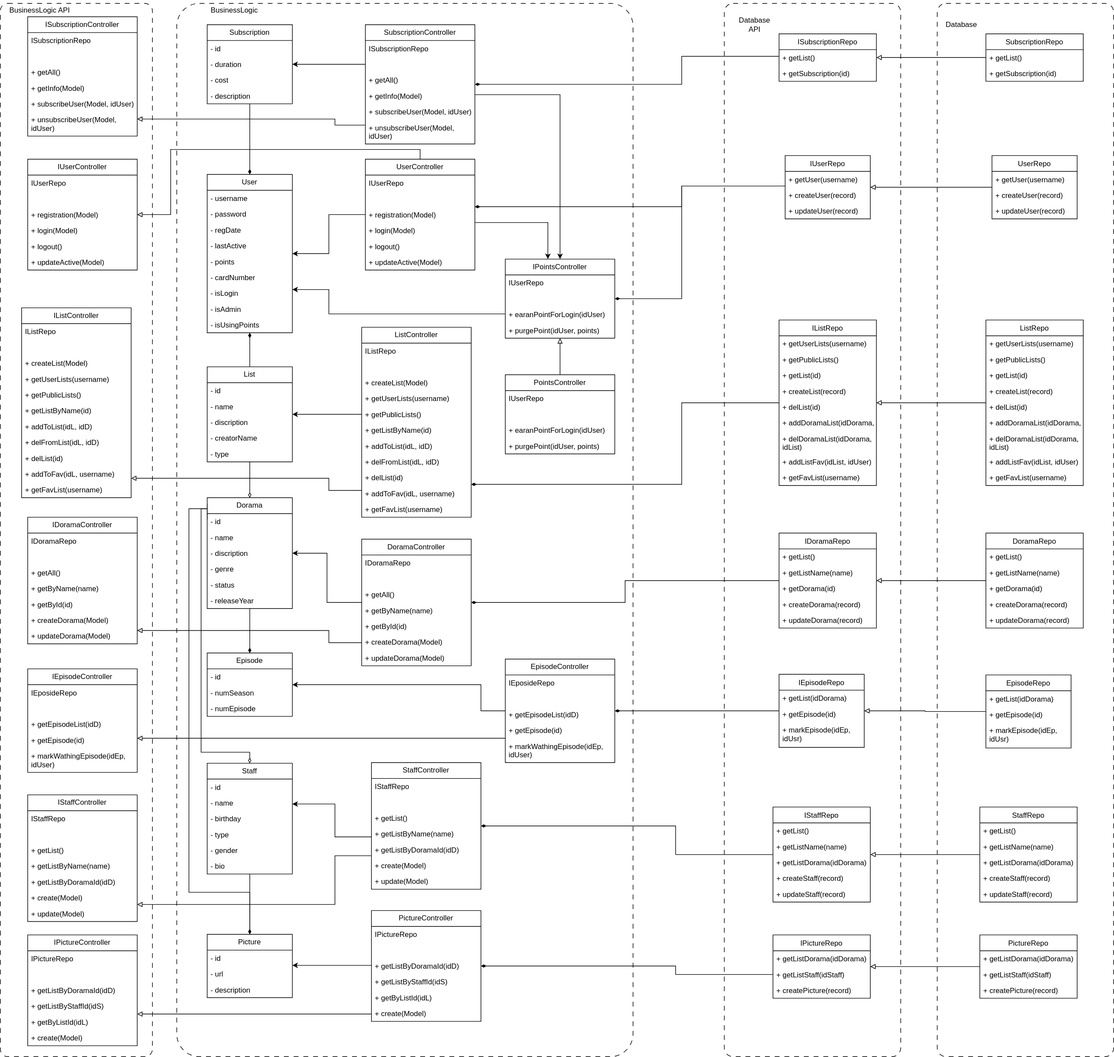
The draw.io diagram docs/img/uml.svg in AskaryanKarine/DoramaSet, before a commit. Source tidied: cells renumbered, new cells last; positions are measured from the earlier drawing's top-left corner, leaving out a move shared by most shapes.
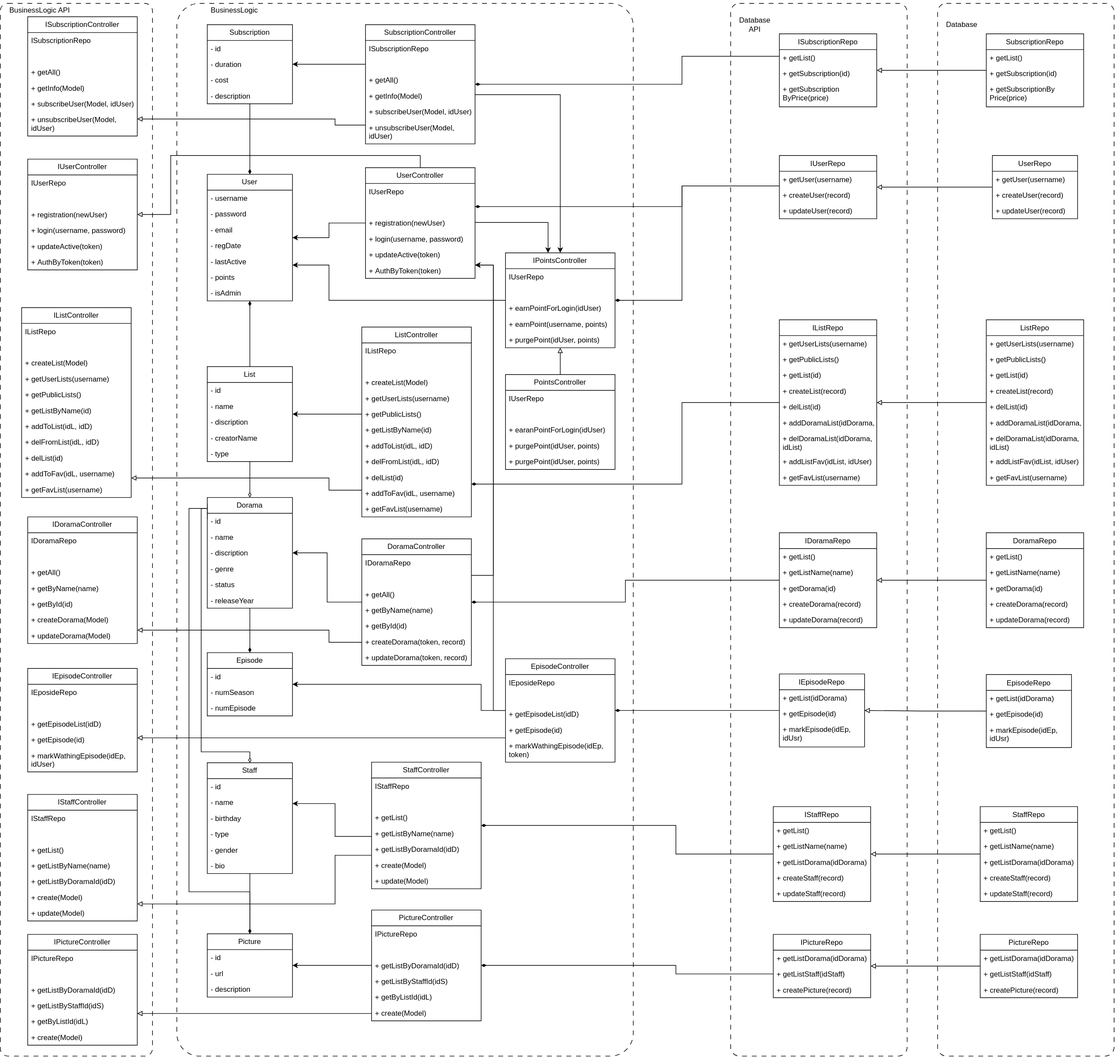
Later version of the same file.

The edit, as a diff of the source:
```diff
@@ -11,3 +11,3 @@
     <mxCell id="4" style="rounded=1;whiteSpace=wrap;html=1;fillColor=none;arcSize=5;dashed=1;dashPattern=8 8;" parent="1" vertex="1">
-      <mxGeometry x="1190" y="5" width="290" height="1730" as="geometry" />
+      <mxGeometry x="1200" y="5" width="290" height="1730" as="geometry" />
     </mxCell>
@@ -56,3 +56,3 @@
     <mxCell id="19" value="User" style="swimlane;fontStyle=0;horizontal=1;startSize=26;fillColor=none;whiteSpace=wrap;html=1;" parent="1" vertex="1">
-      <mxGeometry x="340" y="286" width="140" height="260" as="geometry" />
+      <mxGeometry x="340" y="286" width="140" height="208" as="geometry" />
     </mxCell>
@@ -64,23 +64,17 @@
     </mxCell>
+    <mxCell id="287" value="- email" style="text;strokeColor=none;fillColor=none;align=left;verticalAlign=top;spacingLeft=4;spacingRight=4;overflow=hidden;whiteSpace=wrap;html=1;" parent="19" vertex="1">
+      <mxGeometry y="78" width="140" height="26" as="geometry" />
+    </mxCell>
     <mxCell id="22" value="- regDate" style="text;strokeColor=none;fillColor=none;align=left;verticalAlign=top;spacingLeft=4;spacingRight=4;overflow=hidden;whiteSpace=wrap;html=1;" parent="19" vertex="1">
-      <mxGeometry y="78" width="140" height="26" as="geometry" />
+      <mxGeometry y="104" width="140" height="26" as="geometry" />
     </mxCell>
     <mxCell id="23" value="- lastActive" style="text;strokeColor=none;fillColor=none;align=left;verticalAlign=top;spacingLeft=4;spacingRight=4;overflow=hidden;whiteSpace=wrap;html=1;" parent="19" vertex="1">
-      <mxGeometry y="104" width="140" height="26" as="geometry" />
+      <mxGeometry y="130" width="140" height="26" as="geometry" />
     </mxCell>
     <mxCell id="24" value="- points" style="text;strokeColor=none;fillColor=none;align=left;verticalAlign=top;spacingLeft=4;spacingRight=4;overflow=hidden;whiteSpace=wrap;html=1;" parent="19" vertex="1">
-      <mxGeometry y="130" width="140" height="26" as="geometry" />
+      <mxGeometry y="156" width="140" height="26" as="geometry" />
     </mxCell>
-    <mxCell id="25" value="- cardNumber" style="text;strokeColor=none;fillColor=none;align=left;verticalAlign=top;spacingLeft=4;spacingRight=4;overflow=hidden;whiteSpace=wrap;html=1;" parent="19" vertex="1">
-      <mxGeometry y="156" width="140" height="26" as="geometry" />
-    </mxCell>
-    <mxCell id="26" value="- isLogin" style="text;strokeColor=none;fillColor=none;align=left;verticalAlign=top;spacingLeft=4;spacingRight=4;overflow=hidden;whiteSpace=wrap;html=1;" parent="19" vertex="1">
-      <mxGeometry y="182" width="140" height="26" as="geometry" />
-    </mxCell>
     <mxCell id="27" value="- isAdmin" style="text;strokeColor=none;fillColor=none;align=left;verticalAlign=top;spacingLeft=4;spacingRight=4;overflow=hidden;whiteSpace=wrap;html=1;" parent="19" vertex="1">
-      <mxGeometry y="208" width="140" height="26" as="geometry" />
+      <mxGeometry y="182" width="140" height="26" as="geometry" />
     </mxCell>
-    <mxCell id="28" value="- isUsingPoints" style="text;strokeColor=none;fillColor=none;align=left;verticalAlign=top;spacingLeft=4;spacingRight=4;overflow=hidden;whiteSpace=wrap;html=1;" parent="19" vertex="1">
-      <mxGeometry y="234" width="140" height="26" as="geometry" />
-    </mxCell>
     <mxCell id="29" style="edgeStyle=orthogonalEdgeStyle;rounded=0;jettySize=auto;html=1;endArrow=none;endFill=0;startArrow=diamondThin;startFill=0;" parent="1" edge="1" source="30" target="7">
@@ -239,4 +233,4 @@
         <Array as="points">
-          <mxPoint x="690" y="245" />
-          <mxPoint x="280" y="245" />
+          <mxPoint x="690" y="255" />
+          <mxPoint x="280" y="255" />
           <mxPoint x="280" y="352" />
@@ -246,3 +240,3 @@
     <mxCell id="69" value="UserController" style="swimlane;fontStyle=0;horizontal=1;startSize=26;fillColor=none;whiteSpace=wrap;html=1;" parent="1" vertex="1">
-      <mxGeometry x="600" y="261" width="180" height="182" as="geometry" />
+      <mxGeometry x="600" y="275" width="180" height="182" as="geometry" />
     </mxCell>
@@ -254,14 +248,14 @@
     </mxCell>
-    <mxCell id="72" value="+&amp;nbsp;registration(Model)" style="text;strokeColor=none;fillColor=none;align=left;verticalAlign=top;spacingLeft=4;spacingRight=4;overflow=hidden;whiteSpace=wrap;html=1;" parent="69" vertex="1">
+    <mxCell id="72" value="+&amp;nbsp;registration(newUser)" style="text;strokeColor=none;fillColor=none;align=left;verticalAlign=top;spacingLeft=4;spacingRight=4;overflow=hidden;whiteSpace=wrap;html=1;" parent="69" vertex="1">
       <mxGeometry y="78" width="180" height="26" as="geometry" />
     </mxCell>
-    <mxCell id="73" value="+ login(Model)" style="text;strokeColor=none;fillColor=none;align=left;verticalAlign=top;spacingLeft=4;spacingRight=4;overflow=hidden;whiteSpace=wrap;html=1;" parent="69" vertex="1">
+    <mxCell id="73" value="+ login(username, password)" style="text;strokeColor=none;fillColor=none;align=left;verticalAlign=top;spacingLeft=4;spacingRight=4;overflow=hidden;whiteSpace=wrap;html=1;" parent="69" vertex="1">
       <mxGeometry y="104" width="180" height="26" as="geometry" />
     </mxCell>
-    <mxCell id="74" value="+ logout()" style="text;strokeColor=none;fillColor=none;align=left;verticalAlign=top;spacingLeft=4;spacingRight=4;overflow=hidden;whiteSpace=wrap;html=1;" parent="69" vertex="1">
-      <mxGeometry y="130" width="180" height="26" as="geometry" />
-    </mxCell>
-    <mxCell id="75" value="+ updateActive(Model)" style="text;strokeColor=none;fillColor=none;align=left;verticalAlign=top;spacingLeft=4;spacingRight=4;overflow=hidden;whiteSpace=wrap;html=1;" parent="69" vertex="1">
-      <mxGeometry y="156" width="180" height="26" as="geometry" />
+    <mxCell id="75" value="+ updateActive(token)" style="text;strokeColor=none;fillColor=none;align=left;verticalAlign=top;spacingLeft=4;spacingRight=4;overflow=hidden;whiteSpace=wrap;html=1;" parent="69" vertex="1">
+      <mxGeometry y="130" width="180" height="26" as="geometry" />
     </mxCell>
+    <mxCell id="288" value="+&amp;nbsp;AuthByToken(token)" style="text;strokeColor=none;fillColor=none;align=left;verticalAlign=top;spacingLeft=4;spacingRight=4;overflow=hidden;whiteSpace=wrap;html=1;" parent="69" vertex="1">
+      <mxGeometry y="156" width="180" height="26" as="geometry" />
+    </mxCell>
     <mxCell id="76" style="edgeStyle=orthogonalEdgeStyle;rounded=0;jettySize=auto;html=1;endArrow=none;endFill=0;startArrow=diamondThin;startFill=1;" parent="1" edge="1" source="78" target="121">
@@ -332,2 +326,10 @@
     </mxCell>
+    <mxCell id="289" style="edgeStyle=orthogonalEdgeStyle;rounded=0;jettySize=auto;html=1;" parent="1" edge="1" source="93" target="69">
+      <mxGeometry relative="1" as="geometry">
+        <Array as="points">
+          <mxPoint x="810" y="945" />
+          <mxPoint x="810" y="435" />
+        </Array>
+      </mxGeometry>
+    </mxCell>
     <mxCell id="93" value="DoramaController" style="swimlane;fontStyle=0;horizontal=1;startSize=26;fillColor=none;whiteSpace=wrap;html=1;" parent="1" vertex="1">
@@ -350,6 +352,6 @@
     </mxCell>
-    <mxCell id="99" value="+ createDorama(Model)" style="text;strokeColor=none;fillColor=none;align=left;verticalAlign=top;spacingLeft=4;spacingRight=4;overflow=hidden;whiteSpace=wrap;html=1;" parent="93" vertex="1">
+    <mxCell id="99" value="+ createDorama(token, record)" style="text;strokeColor=none;fillColor=none;align=left;verticalAlign=top;spacingLeft=4;spacingRight=4;overflow=hidden;whiteSpace=wrap;html=1;" parent="93" vertex="1">
       <mxGeometry y="156" width="180" height="26" as="geometry" />
     </mxCell>
-    <mxCell id="100" value="+ updateDorama(Model)" style="text;strokeColor=none;fillColor=none;align=left;verticalAlign=top;spacingLeft=4;spacingRight=4;overflow=hidden;whiteSpace=wrap;html=1;" parent="93" vertex="1">
+    <mxCell id="100" value="+ updateDorama(token, record)" style="text;strokeColor=none;fillColor=none;align=left;verticalAlign=top;spacingLeft=4;spacingRight=4;overflow=hidden;whiteSpace=wrap;html=1;" parent="93" vertex="1">
       <mxGeometry y="182" width="180" height="26" as="geometry" />
@@ -377,2 +379,10 @@
     </mxCell>
+    <mxCell id="290" style="edgeStyle=orthogonalEdgeStyle;rounded=0;jettySize=auto;html=1;" parent="1" edge="1" source="104" target="69">
+      <mxGeometry relative="1" as="geometry">
+        <Array as="points">
+          <mxPoint x="810" y="1167" />
+          <mxPoint x="810" y="435" />
+        </Array>
+      </mxGeometry>
+    </mxCell>
     <mxCell id="104" value="EpisodeController" style="swimlane;fontStyle=0;horizontal=1;startSize=26;fillColor=none;whiteSpace=wrap;html=1;" parent="1" vertex="1">
@@ -392,3 +402,3 @@
     </mxCell>
-    <mxCell id="109" value="+ markWathingEpisode(idEp, idUser)" style="text;strokeColor=none;fillColor=none;align=left;verticalAlign=top;spacingLeft=4;spacingRight=4;overflow=hidden;whiteSpace=wrap;html=1;" parent="104" vertex="1">
+    <mxCell id="109" value="+ markWathingEpisode(idEp, token)" style="text;strokeColor=none;fillColor=none;align=left;verticalAlign=top;spacingLeft=4;spacingRight=4;overflow=hidden;whiteSpace=wrap;html=1;" parent="104" vertex="1">
       <mxGeometry y="130" width="180" height="40" as="geometry" />
@@ -492,3 +502,3 @@
     <mxCell id="137" value="ISubscriptionRepo" style="swimlane;fontStyle=0;horizontal=1;startSize=26;fillColor=none;" parent="1" vertex="1">
-      <mxGeometry x="1280" y="55" width="160" height="78" as="geometry" />
+      <mxGeometry x="1280" y="55" width="160" height="120" as="geometry" />
     </mxCell>
@@ -500,13 +510,16 @@
     </mxCell>
+    <mxCell id="291" value="+ getSubscription&#10;ByPrice(price)" style="text;strokeColor=none;fillColor=none;align=left;verticalAlign=top;spacingLeft=4;spacingRight=4;overflow=hidden;" parent="137" vertex="1">
+      <mxGeometry y="78" width="160" height="42" as="geometry" />
+    </mxCell>
     <mxCell id="140" value="IUserRepo" style="swimlane;fontStyle=0;horizontal=1;startSize=26;fillColor=none;" parent="1" vertex="1">
-      <mxGeometry x="1290" y="255" width="140" height="104" as="geometry" />
+      <mxGeometry x="1280" y="255" width="160" height="104" as="geometry" />
     </mxCell>
     <mxCell id="141" value="+ getUser(username)" style="text;strokeColor=none;fillColor=none;align=left;verticalAlign=top;spacingLeft=4;spacingRight=4;overflow=hidden;" parent="140" vertex="1">
-      <mxGeometry y="26" width="140" height="26" as="geometry" />
+      <mxGeometry y="26" width="160" height="26" as="geometry" />
     </mxCell>
     <mxCell id="142" value="+ createUser(record)" style="text;strokeColor=none;fillColor=none;align=left;verticalAlign=top;spacingLeft=4;spacingRight=4;overflow=hidden;" parent="140" vertex="1">
-      <mxGeometry y="52" width="140" height="26" as="geometry" />
+      <mxGeometry y="52" width="160" height="26" as="geometry" />
     </mxCell>
     <mxCell id="143" value="+ updateUser(record)" style="text;strokeColor=none;fillColor=none;align=left;verticalAlign=top;spacingLeft=4;spacingRight=4;overflow=hidden;" parent="140" vertex="1">
-      <mxGeometry y="78" width="140" height="26" as="geometry" />
+      <mxGeometry y="78" width="160" height="26" as="geometry" />
     </mxCell>
@@ -600,3 +613,3 @@
     <mxCell id="173" value="SubscriptionRepo" style="swimlane;fontStyle=0;horizontal=1;startSize=26;fillColor=none;" parent="1" vertex="1">
-      <mxGeometry x="1620" y="55" width="160" height="78" as="geometry" />
+      <mxGeometry x="1620" y="55" width="160" height="120" as="geometry" />
     </mxCell>
@@ -608,2 +621,5 @@
     </mxCell>
+    <mxCell id="292" value="+ getSubscriptionBy&#10;Price(price)" style="text;strokeColor=none;fillColor=none;align=left;verticalAlign=top;spacingLeft=4;spacingRight=4;overflow=hidden;" parent="173" vertex="1">
+      <mxGeometry y="78" width="160" height="42" as="geometry" />
+    </mxCell>
     <mxCell id="176" style="edgeStyle=orthogonalEdgeStyle;rounded=0;jettySize=auto;html=1;startArrow=none;startFill=0;endArrow=block;endFill=0;" parent="1" edge="1" source="177" target="140">
@@ -731,3 +747,3 @@
     <mxCell id="210" value="IPointsController" style="swimlane;fontStyle=0;horizontal=1;startSize=26;fillColor=none;whiteSpace=wrap;html=1;" parent="1" vertex="1">
-      <mxGeometry x="830" y="425" width="180" height="130" as="geometry" />
+      <mxGeometry x="830" y="415" width="180" height="156" as="geometry" />
     </mxCell>
@@ -739,8 +755,11 @@
     </mxCell>
-    <mxCell id="213" value="+ earanPointForLogin(idUser)" style="text;strokeColor=none;fillColor=none;align=left;verticalAlign=top;spacingLeft=4;spacingRight=4;overflow=hidden;whiteSpace=wrap;html=1;" parent="210" vertex="1">
+    <mxCell id="213" value="+ earnPointForLogin(idUser)" style="text;strokeColor=none;fillColor=none;align=left;verticalAlign=top;spacingLeft=4;spacingRight=4;overflow=hidden;whiteSpace=wrap;html=1;" parent="210" vertex="1">
       <mxGeometry y="78" width="180" height="26" as="geometry" />
     </mxCell>
-    <mxCell id="214" value="+ purgePoint(idUser, points)" style="text;strokeColor=none;fillColor=none;align=left;verticalAlign=top;spacingLeft=4;spacingRight=4;overflow=hidden;whiteSpace=wrap;html=1;" parent="210" vertex="1">
+    <mxCell id="214" value="+ earnPoint(username, points)" style="text;strokeColor=none;fillColor=none;align=left;verticalAlign=top;spacingLeft=4;spacingRight=4;overflow=hidden;whiteSpace=wrap;html=1;" parent="210" vertex="1">
       <mxGeometry y="104" width="180" height="26" as="geometry" />
     </mxCell>
+    <mxCell id="293" value="+ purgePoint(idUser, points)" style="text;strokeColor=none;fillColor=none;align=left;verticalAlign=top;spacingLeft=4;spacingRight=4;overflow=hidden;whiteSpace=wrap;html=1;" parent="210" vertex="1">
+      <mxGeometry y="130" width="180" height="26" as="geometry" />
+    </mxCell>
     <mxCell id="215" style="edgeStyle=orthogonalEdgeStyle;rounded=0;jettySize=auto;html=1;" parent="1" edge="1" source="210" target="19">
@@ -748,4 +767,4 @@
         <Array as="points">
-          <mxPoint x="540" y="515" />
-          <mxPoint x="540" y="475" />
+          <mxPoint x="540" y="493" />
+          <mxPoint x="540" y="435" />
         </Array>
@@ -784,3 +803,3 @@
     <mxCell id="226" value="PointsController" style="swimlane;fontStyle=0;horizontal=1;startSize=26;fillColor=none;whiteSpace=wrap;html=1;" parent="1" vertex="1">
-      <mxGeometry x="830" y="615" width="180" height="130" as="geometry" />
+      <mxGeometry x="830" y="615" width="180" height="156" as="geometry" />
     </mxCell>
@@ -798,2 +817,5 @@
     </mxCell>
+    <mxCell id="294" value="+ purgePoint(idUser, points)" style="text;strokeColor=none;fillColor=none;align=left;verticalAlign=top;spacingLeft=4;spacingRight=4;overflow=hidden;whiteSpace=wrap;html=1;" parent="226" vertex="1">
+      <mxGeometry y="130" width="180" height="26" as="geometry" />
+    </mxCell>
     <mxCell id="231" value="ISubscriptionController" style="swimlane;fontStyle=0;horizontal=1;startSize=26;fillColor=none;whiteSpace=wrap;html=1;" parent="1" vertex="1">
@@ -828,14 +850,14 @@
     </mxCell>
-    <mxCell id="241" value="+&amp;nbsp;registration(Model)" style="text;strokeColor=none;fillColor=none;align=left;verticalAlign=top;spacingLeft=4;spacingRight=4;overflow=hidden;whiteSpace=wrap;html=1;" parent="238" vertex="1">
+    <mxCell id="241" value="+&amp;nbsp;registration(newUser)" style="text;strokeColor=none;fillColor=none;align=left;verticalAlign=top;spacingLeft=4;spacingRight=4;overflow=hidden;whiteSpace=wrap;html=1;" parent="238" vertex="1">
       <mxGeometry y="78" width="180" height="26" as="geometry" />
     </mxCell>
-    <mxCell id="242" value="+ login(Model)" style="text;strokeColor=none;fillColor=none;align=left;verticalAlign=top;spacingLeft=4;spacingRight=4;overflow=hidden;whiteSpace=wrap;html=1;" parent="238" vertex="1">
+    <mxCell id="242" value="+ login(username, password)" style="text;strokeColor=none;fillColor=none;align=left;verticalAlign=top;spacingLeft=4;spacingRight=4;overflow=hidden;whiteSpace=wrap;html=1;" parent="238" vertex="1">
       <mxGeometry y="104" width="180" height="26" as="geometry" />
     </mxCell>
-    <mxCell id="243" value="+ logout()" style="text;strokeColor=none;fillColor=none;align=left;verticalAlign=top;spacingLeft=4;spacingRight=4;overflow=hidden;whiteSpace=wrap;html=1;" parent="238" vertex="1">
-      <mxGeometry y="130" width="180" height="26" as="geometry" />
-    </mxCell>
-    <mxCell id="244" value="+ updateActive(Model)" style="text;strokeColor=none;fillColor=none;align=left;verticalAlign=top;spacingLeft=4;spacingRight=4;overflow=hidden;whiteSpace=wrap;html=1;" parent="238" vertex="1">
-      <mxGeometry y="156" width="180" height="26" as="geometry" />
+    <mxCell id="244" value="+ updateActive(token)" style="text;strokeColor=none;fillColor=none;align=left;verticalAlign=top;spacingLeft=4;spacingRight=4;overflow=hidden;whiteSpace=wrap;html=1;" parent="238" vertex="1">
+      <mxGeometry y="130" width="180" height="26" as="geometry" />
     </mxCell>
+    <mxCell id="295" value="+&amp;nbsp;AuthByToken(token)" style="text;strokeColor=none;fillColor=none;align=left;verticalAlign=top;spacingLeft=4;spacingRight=4;overflow=hidden;whiteSpace=wrap;html=1;" parent="238" vertex="1">
+      <mxGeometry y="156" width="180" height="26" as="geometry" />
+    </mxCell>
     <mxCell id="245" value="IListController" style="swimlane;fontStyle=0;horizontal=1;startSize=26;fillColor=none;whiteSpace=wrap;html=1;" parent="1" vertex="1">
```
